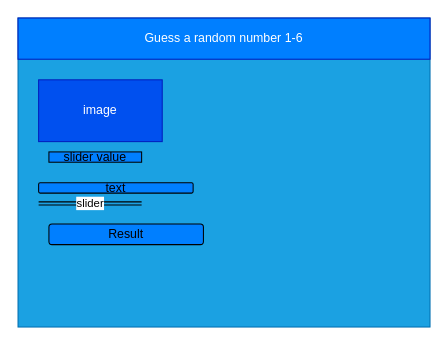
Before: design/story-board.drawio in Allen-Li-hub/ICS2O-Unit5-08-HTML, a draw.io diagram. Source tidied: cells renumbered, new cells numbered last; positions are measured from the earlier drawing's top-left corner, leaving out a move shared by most shapes. Both pictures are drawn from the tidied source at 103%, with x=0, y=0 at pixel (18, 18).
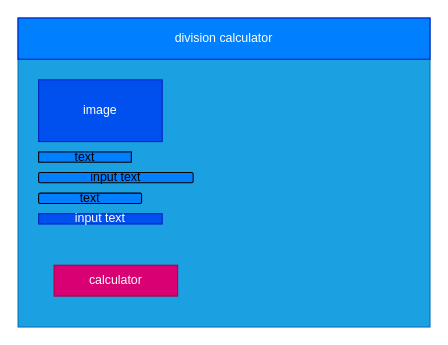
The same page after the edit.

Diff of the diagram source:
```diff
@@
 <mxGraphModel>
   <root>
     <mxCell id="0" />
     <mxCell id="1" parent="0" />
     <mxCell id="2" style="rounded=0;whiteSpace=wrap;html=1;fillColor=#1ba1e2;fontColor=#ffffff;strokeColor=#006EAF;" parent="1" vertex="1">
       <mxGeometry width="400" height="300" as="geometry" />
     </mxCell>
-    <mxCell id="3" value="Guess a random number 1-6" style="rounded=0;whiteSpace=wrap;html=1;fillColor=#007FFF;fontColor=#ffffff;strokeColor=#001DBC;" parent="1" vertex="1">
+    <mxCell id="3" value="division calculator" style="rounded=0;whiteSpace=wrap;html=1;fillColor=#007FFF;fontColor=#ffffff;strokeColor=#001DBC;" parent="1" vertex="1">
       <mxGeometry width="400" height="40" as="geometry" />
     </mxCell>
     <mxCell id="4" value="image" style="rounded=0;whiteSpace=wrap;html=1;fillColor=#0050ef;fontColor=#ffffff;strokeColor=#001DBC;" parent="1" vertex="1">
       <mxGeometry x="20" y="60" width="120" height="60" as="geometry" />
     </mxCell>
-    <mxCell id="5" value="slider value" style="rounded=0;whiteSpace=wrap;html=1;fillColor=#007FFF;" parent="1" vertex="1">
-      <mxGeometry x="30" y="130" width="90" height="10" as="geometry" />
+    <mxCell id="5" value="text" style="rounded=0;whiteSpace=wrap;html=1;fillColor=#007FFF;" parent="1" vertex="1">
+      <mxGeometry x="20" y="130" width="90" height="10" as="geometry" />
     </mxCell>
-    <mxCell id="6" value="slider" style="shape=link;html=1;width=3;" parent="1" edge="1">
-      <mxGeometry relative="1" as="geometry">
-        <mxPoint x="20" y="180" as="sourcePoint" />
-        <mxPoint x="120" y="180" as="targetPoint" />
-      </mxGeometry>
-    </mxCell>
-    <mxCell id="7" value="Result" style="rounded=1;whiteSpace=wrap;html=1;fillColor=#007FFF;" parent="1" vertex="1">
-      <mxGeometry x="30" y="200" width="150" height="20" as="geometry" />
+    <mxCell id="7" value="text" style="rounded=1;whiteSpace=wrap;html=1;fillColor=#007FFF;" parent="1" vertex="1">
+      <mxGeometry x="20" y="170" width="100" height="10" as="geometry" />
     </mxCell>
-    <mxCell id="8" value="text" style="rounded=1;whiteSpace=wrap;html=1;fillColor=#007FFF;" parent="1" vertex="1">
-      <mxGeometry x="20" y="160" width="150" height="10" as="geometry" />
+    <mxCell id="8" value="input text" style="rounded=1;whiteSpace=wrap;html=1;fillColor=#007FFF;" parent="1" vertex="1">
+      <mxGeometry x="20" y="150" width="150" height="10" as="geometry" />
     </mxCell>
+    <mxCell id="9" value="calculator" style="rounded=0;whiteSpace=wrap;html=1;fillColor=#d80073;fontColor=#ffffff;strokeColor=#A50040;" parent="1" vertex="1">
+      <mxGeometry x="35" y="240" width="120" height="30" as="geometry" />
+    </mxCell>
+    <mxCell id="10" value="input text" style="rounded=0;whiteSpace=wrap;html=1;fillColor=#0050ef;fontColor=#ffffff;strokeColor=#001DBC;" parent="1" vertex="1">
+      <mxGeometry x="20" y="190" width="120" height="10" as="geometry" />
+    </mxCell>
   </root>
 </mxGraphModel>
```
